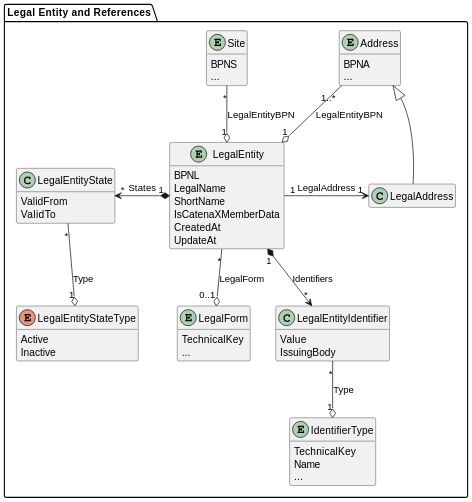
catenax-eV/catenax-ev.github.io keeps this PlantUML diagram as docs/standards/CX-0012-BusinessPartnerDataPoolAPI/assets/diagrams/class/legal-entity.svg. Above is the earlier version.
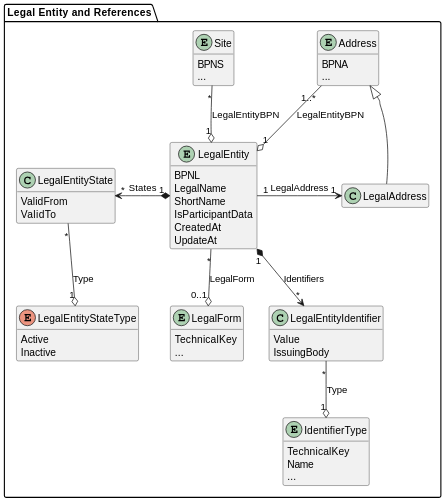
After the commit.

Change to the diagram source:
```diff
@@ -1,5 +1,4 @@
-@startuml legal-entity
-
+@startuml
 skinparam dpi 50
 
 package "Legal Entity and References" {
@@ -7,7 +6,7 @@
     BPNL
     LegalName
     ShortName
-    IsCatenaXMemberData
+    IsParticipantData
     CreatedAt
     UpdateAt
   }
```
